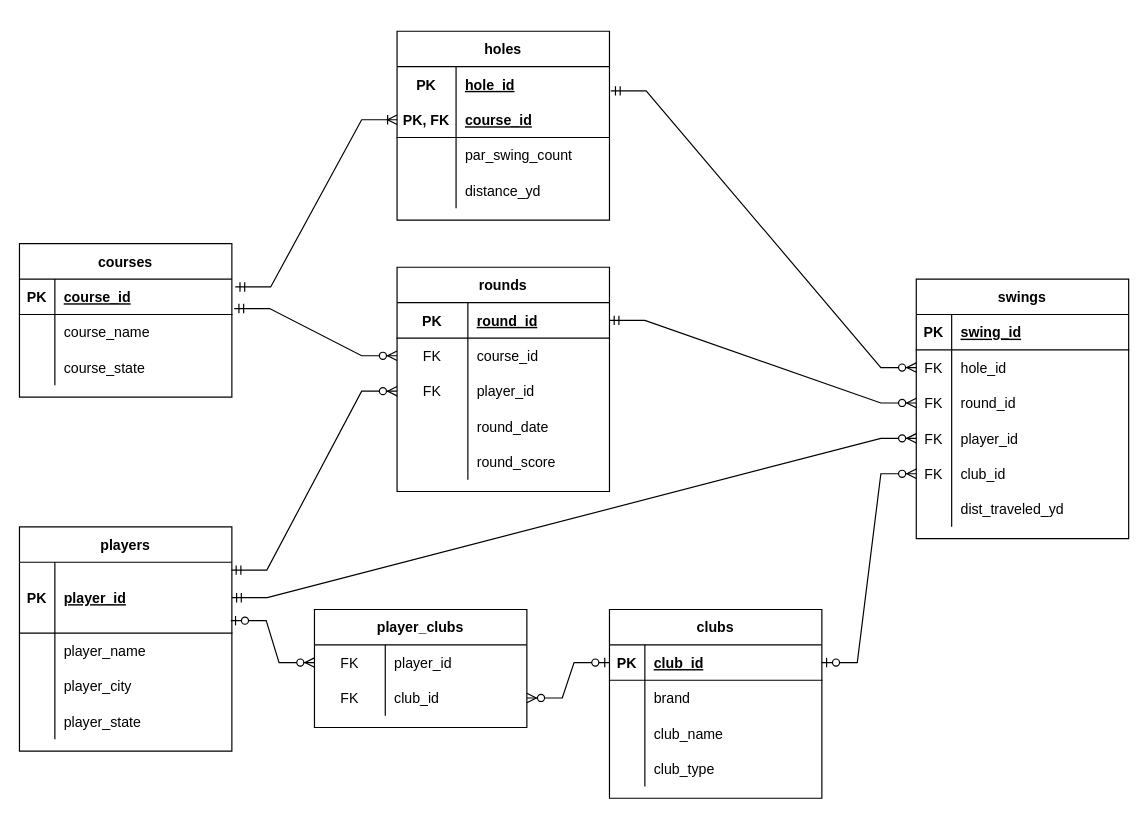
Earlier version of the draw.io diagram database/golf-tracker-ERD.drawio (lubranoa/CS340-Golf-Tracker-DB). Source tidied: cells renumbered, new cells numbered last; positions are measured from the earlier drawing's top-left corner, leaving out a move shared by most shapes. Both pictures are drawn from the tidied source at 118%, with x=0, y=0 at pixel (19, 31).
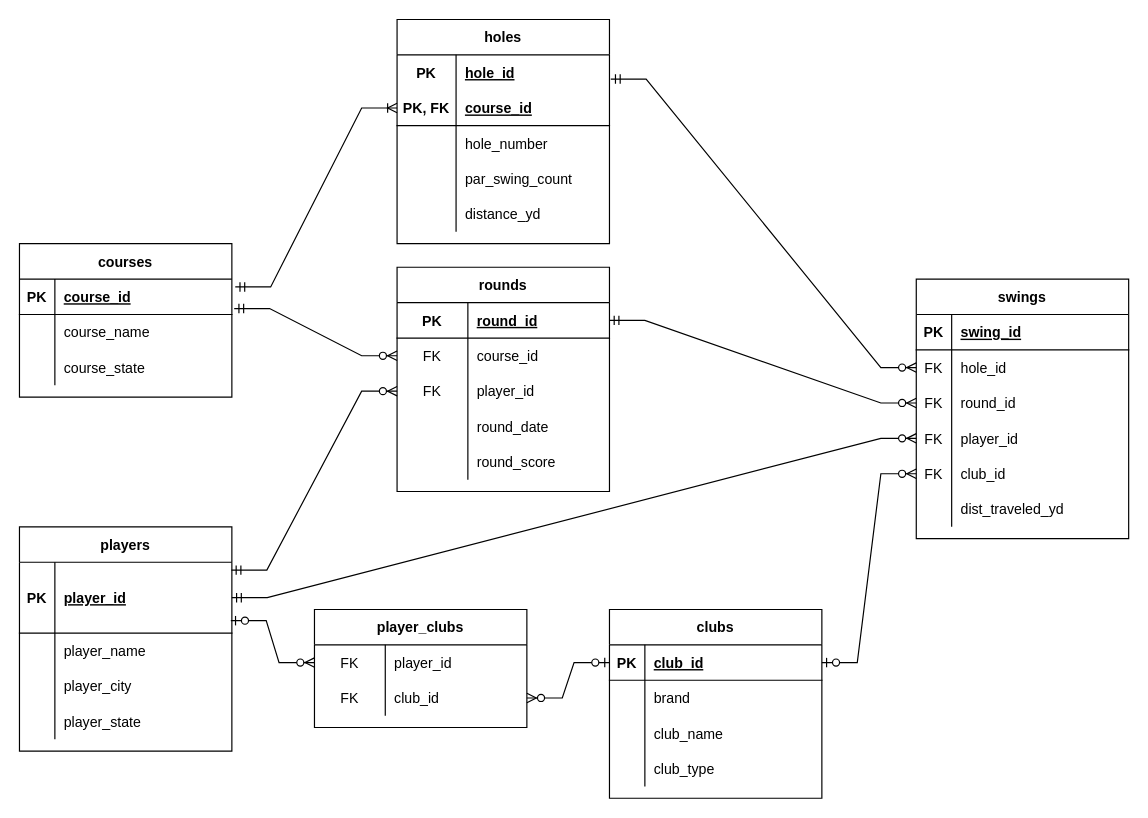
The same diagram, later.

Commit message:
Add hole_number to ERD.drawio

Unchanged cells that the change refers to:
```xml
<mxCell id="58" style="shape=tableRow;horizontal=0;startSize=0;swimlaneHead=0;swimlaneBody=0;fillColor=none;top=0;left=0;right=0;bottom=0;" parent="51" vertex="1">
  <mxGeometry y="90" width="180" height="30" as="geometry" />
</mxCell>
<mxCell id="61" style="shape=tableRow;horizontal=0;startSize=0;swimlaneHead=0;swimlaneBody=0;fillColor=none;top=0;left=0;right=0;bottom=0;" parent="51" vertex="1">
  <mxGeometry y="120" width="180" height="30" as="geometry" />
</mxCell>
```

Change to the diagram source:
```diff
@@
     <mxCell id="51" value="holes" style="shape=table;startSize=30;childLayout=tableLayout;rowLines=0;fontStyle=1;align=center;" parent="1" vertex="1">
-      <mxGeometry x="320" width="180" height="160" as="geometry" />
+      <mxGeometry x="320" y="-10" width="180" height="190" as="geometry" />
     </mxCell>
@@
-    <mxCell id="60" value="par_swing_count" style="shape=partialRectangle;fillColor=none;top=0;left=0;bottom=0;right=0;align=left;spacingLeft=6;overflow=hidden;" parent="58" vertex="1">
+    <mxCell id="60" value="hole_number" style="shape=partialRectangle;fillColor=none;top=0;left=0;bottom=0;right=0;align=left;spacingLeft=6;overflow=hidden;" parent="58" vertex="1">
       <mxGeometry x="50" width="130" height="30" as="geometry" />
     </mxCell>
@@
-    <mxCell id="63" value="distance_yd" style="shape=partialRectangle;fillColor=none;top=0;left=0;bottom=0;right=0;align=left;spacingLeft=6;overflow=hidden;" parent="61" vertex="1">
+    <mxCell id="63" value="par_swing_count" style="shape=partialRectangle;fillColor=none;top=0;left=0;bottom=0;right=0;align=left;spacingLeft=6;overflow=hidden;" parent="61" vertex="1">
       <mxGeometry x="50" width="130" height="30" as="geometry" />
     </mxCell>
+    <mxCell id="102" style="shape=tableRow;horizontal=0;startSize=0;swimlaneHead=0;swimlaneBody=0;fillColor=none;top=0;left=0;right=0;bottom=0;" parent="51" vertex="1">
+      <mxGeometry y="150" width="180" height="30" as="geometry" />
+    </mxCell>
+    <mxCell id="103" style="shape=partialRectangle;fillColor=none;top=0;left=0;bottom=0;right=0;overflow=hidden;" parent="102" vertex="1">
+      <mxGeometry width="50" height="30" as="geometry" />
+    </mxCell>
+    <mxCell id="104" value="distance_yd" style="shape=partialRectangle;fillColor=none;top=0;left=0;bottom=0;right=0;align=left;spacingLeft=6;overflow=hidden;" parent="102" vertex="1">
+      <mxGeometry x="50" width="130" height="30" as="geometry" />
+    </mxCell>
```
